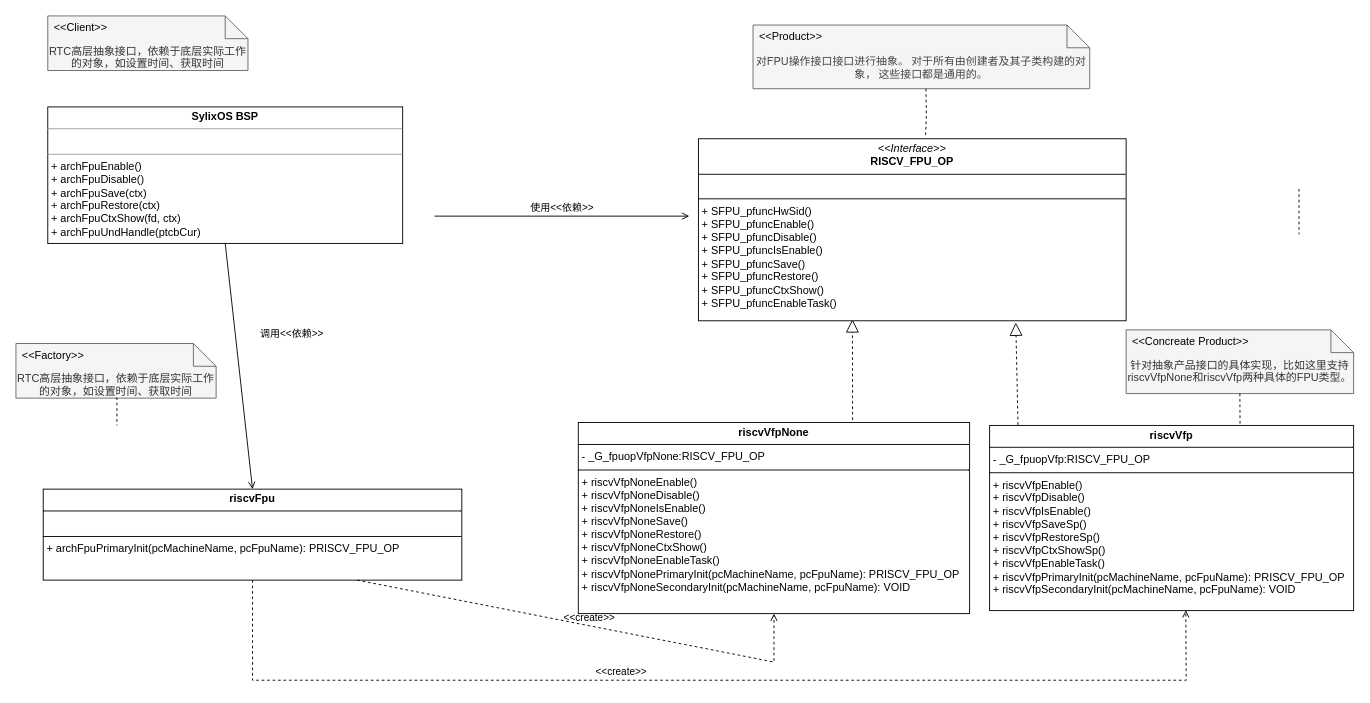
Earlier version of the draw.io diagram page "SylixOS设计模式-简单工厂" (4 of 4) of draw/SylixOS内核艺术.drawio (peng-fan/drawio). Source tidied: cells renumbered, new cells numbered last; positions are measured from the earlier drawing's top-left corner, leaving out a move shared by most shapes. Both pictures are drawn from the tidied source at 91%, with x=0, y=0 at pixel (15, 15).
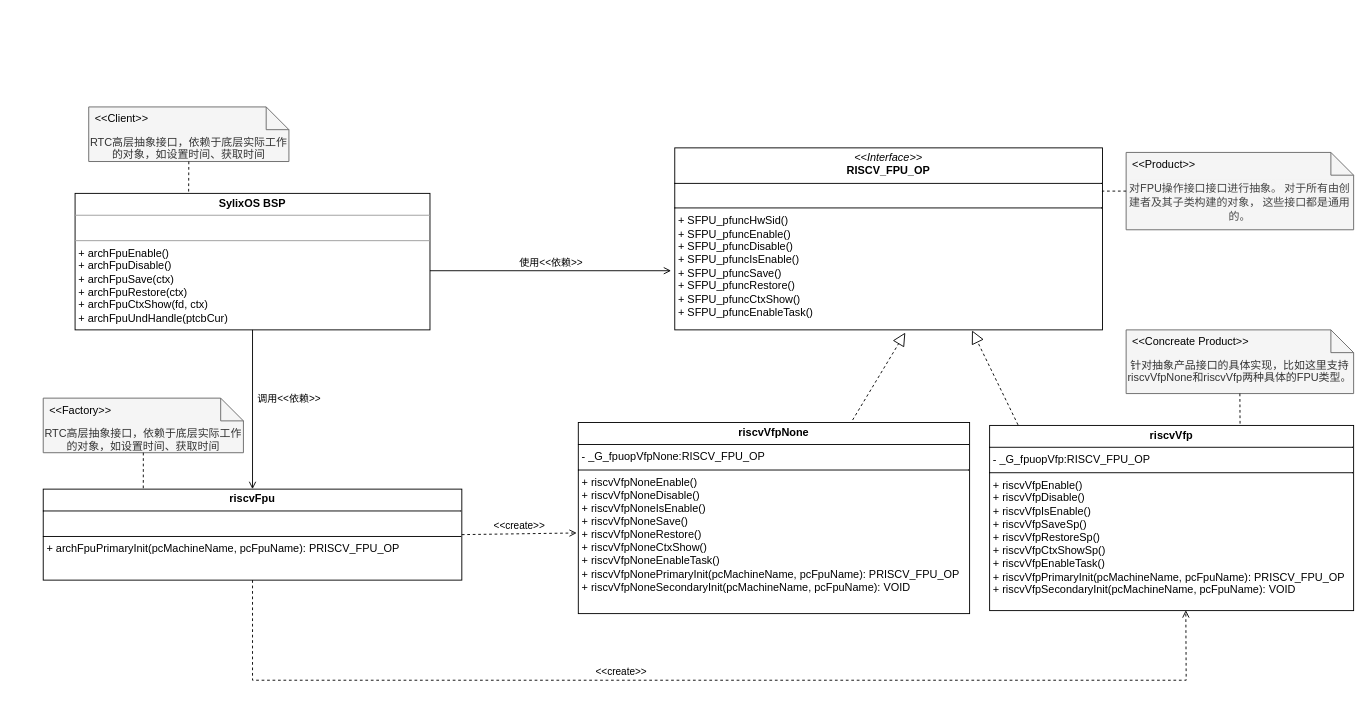
The same diagram, later.

Commit message (it also covers changes not shown here):
更新SylixOS内核艺术.drawio

The change refers to these unchanged cells:
```xml
<mxCell id="2" value="&lt;p style=&quot;margin:0px;margin-top:4px;text-align:center;&quot;&gt;&lt;b&gt;riscvVfpNone&lt;/b&gt;&lt;/p&gt;&lt;hr size=&quot;1&quot; style=&quot;border-style:solid;&quot;&gt;&lt;p style=&quot;margin:0px;margin-left:4px;&quot;&gt;- _G_fpuopVfpNone:RISCV_FPU_OP&lt;/p&gt;&lt;hr size=&quot;1&quot; style=&quot;border-style:solid;&quot;&gt;&lt;p style=&quot;margin: 0px 0px 0px 4px;&quot;&gt;&lt;span style=&quot;text-wrap-mode: nowrap;&quot;&gt;+ riscvVfpNoneEnable()&lt;/span&gt;&lt;/p&gt;&lt;p style=&quot;margin: 0px 0px 0px 4px;&quot;&gt;&lt;span style=&quot;text-wrap-mode: nowrap;&quot;&gt;+ riscvVfpNoneDisable()&lt;/span&gt;&lt;/p&gt;&lt;p style=&quot;margin: 0px 0px 0px 4px;&quot;&gt;&lt;span style=&quot;text-wrap-mode: nowrap;&quot;&gt;+ riscvVfpNoneIsEnable()&lt;/span&gt;&lt;/p&gt;&lt;p style=&quot;margin: 0px 0px 0px 4px;&quot;&gt;&lt;span style=&quot;text-wrap-mode: nowrap;&quot;&gt;+ riscvVfpNoneSave()&lt;/span&gt;&lt;/p&gt;&lt;p style=&quot;margin: 0px 0px 0px 4px;&quot;&gt;&lt;span style=&quot;text-wrap-mode: nowrap;&quot;&gt;+ riscvVfpNoneRestore()&lt;/span&gt;&lt;/p&gt;&lt;p style=&quot;margin: 0px 0px 0px 4px;&quot;&gt;&lt;span style=&quot;text-wrap-mode: nowrap;&quot;&gt;+ riscvVfpNoneCtxShow()&lt;/span&gt;&lt;/p&gt;&lt;p style=&quot;margin: 0px 0px 0px 4px;&quot;&gt;&lt;span style=&quot;text-wrap-mode: nowrap;&quot;&gt;+ riscvVfpNoneEnableTask()&lt;/span&gt;&lt;/p&gt;&lt;p style=&quot;margin: 0px 0px 0px 4px;&quot;&gt;+ riscvVfp&lt;span style=&quot;text-wrap-mode: nowrap; background-color: transparent; color: light-dark(rgb(0, 0, 0), rgb(255, 255, 255));&quot;&gt;None&lt;/span&gt;&lt;span style=&quot;background-color: transparent; color: light-dark(rgb(0, 0, 0), rgb(255, 255, 255));&quot;&gt;PrimaryInit(pcMachineName, pcFpuName):&amp;nbsp;PRISCV_FPU_OP&lt;/span&gt;&lt;/p&gt;&lt;p style=&quot;margin: 0px 0px 0px 4px;&quot;&gt;+ riscvVfp&lt;span style=&quot;text-wrap-mode: nowrap; background-color: transparent; color: light-dark(rgb(0, 0, 0), rgb(255, 255, 255));&quot;&gt;None&lt;/span&gt;&lt;span style=&quot;background-color: transparent; color: light-dark(rgb(0, 0, 0), rgb(255, 255, 255));&quot;&gt;SecondaryInit(pcMachineName, pcFpuName):&amp;nbsp;VOID&lt;/span&gt;&lt;/p&gt;" style="verticalAlign=top;align=left;overflow=fill;html=1;whiteSpace=wrap;" parent="1" vertex="1">
  <mxGeometry x="618" y="446.8" width="430" height="210" as="geometry" />
</mxCell>
<mxCell id="5" value="&lt;p style=&quot;margin:0px;margin-top:4px;text-align:center;&quot;&gt;&lt;b&gt;riscvFpu&lt;/b&gt;&lt;/p&gt;&lt;hr size=&quot;1&quot; style=&quot;border-style:solid;&quot;&gt;&lt;p style=&quot;margin:0px;margin-left:4px;&quot;&gt;&lt;br&gt;&lt;/p&gt;&lt;hr size=&quot;1&quot; style=&quot;border-style:solid;&quot;&gt;&lt;p style=&quot;margin: 0px 0px 0px 4px;&quot;&gt;+ archFpuPrimaryInit(pcMachineName, pcFpuName):&amp;nbsp;PRISCV_FPU_OP&lt;/p&gt;" style="verticalAlign=top;align=left;overflow=fill;html=1;whiteSpace=wrap;" parent="1" vertex="1">
  <mxGeometry x="30" y="520" width="460" height="100" as="geometry" />
</mxCell>
<mxCell id="7" value="&lt;p style=&quot;margin:0px;margin-top:4px;text-align:center;&quot;&gt;&lt;b&gt;riscvVfp&lt;/b&gt;&lt;/p&gt;&lt;hr size=&quot;1&quot; style=&quot;border-style:solid;&quot;&gt;&lt;p style=&quot;margin:0px;margin-left:4px;&quot;&gt;- _G_fpuopVfp:RISCV_FPU_OP&lt;/p&gt;&lt;hr size=&quot;1&quot; style=&quot;border-style:solid;&quot;&gt;&lt;p style=&quot;margin: 0px 0px 0px 4px;&quot;&gt;&lt;span style=&quot;text-wrap-mode: nowrap;&quot;&gt;+ riscvVfpEnable()&lt;/span&gt;&lt;/p&gt;&lt;p style=&quot;margin: 0px 0px 0px 4px;&quot;&gt;&lt;span style=&quot;text-wrap-mode: nowrap;&quot;&gt;+ riscvVfpDisable()&lt;/span&gt;&lt;/p&gt;&lt;p style=&quot;margin: 0px 0px 0px 4px;&quot;&gt;&lt;span style=&quot;text-wrap-mode: nowrap;&quot;&gt;+ riscvVfpIsEnable()&lt;/span&gt;&lt;/p&gt;&lt;p style=&quot;margin: 0px 0px 0px 4px;&quot;&gt;&lt;span style=&quot;text-wrap-mode: nowrap;&quot;&gt;+ riscvVfpSaveSp()&lt;/span&gt;&lt;/p&gt;&lt;p style=&quot;margin: 0px 0px 0px 4px;&quot;&gt;&lt;span style=&quot;text-wrap-mode: nowrap;&quot;&gt;+ riscvVfpRestoreSp()&lt;/span&gt;&lt;/p&gt;&lt;p style=&quot;margin: 0px 0px 0px 4px;&quot;&gt;&lt;span style=&quot;text-wrap-mode: nowrap;&quot;&gt;+ riscvVfpCtxShowSp()&lt;/span&gt;&lt;/p&gt;&lt;p style=&quot;margin: 0px 0px 0px 4px;&quot;&gt;&lt;span style=&quot;text-wrap-mode: nowrap;&quot;&gt;+ riscvVfpEnableTask()&lt;/span&gt;&lt;/p&gt;&lt;p style=&quot;margin: 0px 0px 0px 4px;&quot;&gt;+ riscvVfpPrimaryInit(pcMachineName, pcFpuName):&amp;nbsp;PRISCV_FPU_OP&lt;span style=&quot;text-wrap-mode: nowrap;&quot;&gt;&lt;/span&gt;&lt;/p&gt;&lt;p style=&quot;margin: 0px 0px 0px 4px;&quot;&gt;+ riscvVfpSecondaryInit(pcMachineName, pcFpuName):&amp;nbsp;VOID&lt;/p&gt;" style="verticalAlign=top;align=left;overflow=fill;html=1;whiteSpace=wrap;" parent="1" vertex="1">
  <mxGeometry x="1070" y="450" width="400" height="203.5" as="geometry" />
</mxCell>
```

The edit, as a diff of the source:
```diff
@@
-    <mxCell id="3" style="endArrow=block;dashed=1;endFill=0;endSize=12;html=1;rounded=0;entryX=0.742;entryY=1.01;entryDx=0;entryDy=0;entryPerimeter=0;exitX=0.078;exitY=-0.003;exitDx=0;exitDy=0;exitPerimeter=0;" parent="1" edge="1" source="7" target="8">
+    <mxCell id="3" style="endArrow=block;dashed=1;endFill=0;endSize=12;html=1;rounded=0;entryX=0.695;entryY=1.003;entryDx=0;entryDy=0;entryPerimeter=0;exitX=0.078;exitY=-0.003;exitDx=0;exitDy=0;exitPerimeter=0;" parent="1" edge="1" source="7" target="8">
       <mxGeometry relative="1" as="geometry" />
     </mxCell>
     <mxCell id="4" value="&lt;p style=&quot;margin:0px;margin-top:4px;text-align:center;&quot;&gt;&lt;span style=&quot;font-weight: 700; text-wrap-mode: wrap;&quot;&gt;SylixOS BSP&lt;/span&gt;&lt;/p&gt;&lt;hr size=&quot;1&quot;&gt;&lt;p style=&quot;margin:0px;margin-left:4px;&quot;&gt;&lt;br&gt;&lt;/p&gt;&lt;hr size=&quot;1&quot;&gt;&lt;p style=&quot;margin:0px;margin-left:4px;&quot;&gt;&lt;span style=&quot;text-wrap-mode: wrap;&quot;&gt;+ archFpuEnable()&lt;/span&gt;&lt;/p&gt;&lt;p style=&quot;margin:0px;margin-left:4px;&quot;&gt;&lt;span style=&quot;text-wrap-mode: wrap;&quot;&gt;+ archFpuDisable()&lt;/span&gt;&lt;/p&gt;&lt;p style=&quot;margin:0px;margin-left:4px;&quot;&gt;&lt;span style=&quot;text-wrap-mode: wrap;&quot;&gt;+ archFpuSave(ctx)&lt;/span&gt;&lt;/p&gt;&lt;p style=&quot;margin:0px;margin-left:4px;&quot;&gt;&lt;span style=&quot;text-wrap-mode: wrap;&quot;&gt;+ archFpuRestore(ctx)&lt;/span&gt;&lt;/p&gt;&lt;p style=&quot;margin:0px;margin-left:4px;&quot;&gt;&lt;span style=&quot;text-wrap-mode: wrap;&quot;&gt;+ archFpuCtxShow(fd, ctx)&lt;/span&gt;&lt;/p&gt;&lt;p style=&quot;margin:0px;margin-left:4px;&quot;&gt;&lt;span style=&quot;text-wrap-mode: wrap;&quot;&gt;+ archFpuUndHandle(ptcbCur)&lt;/span&gt;&lt;/p&gt;" style="verticalAlign=top;align=left;overflow=fill;fontSize=12;fontFamily=Helvetica;html=1;rounded=0;shadow=0;comic=0;labelBackgroundColor=none;strokeWidth=1;" parent="1" vertex="1">
-      <mxGeometry x="35" y="100" width="390" height="150" as="geometry" />
+      <mxGeometry x="65" y="195" width="390" height="150" as="geometry" />
     </mxCell>
@@
-    <mxCell id="6" style="endArrow=block;dashed=1;endFill=0;endSize=12;html=1;rounded=0;entryX=0.36;entryY=0.992;entryDx=0;entryDy=0;entryPerimeter=0;exitX=0.701;exitY=-0.013;exitDx=0;exitDy=0;exitPerimeter=0;" parent="1" edge="1" source="2" target="8">
+    <mxCell id="6" style="endArrow=block;dashed=1;endFill=0;endSize=12;html=1;rounded=0;entryX=0.539;entryY=1.015;entryDx=0;entryDy=0;entryPerimeter=0;exitX=0.701;exitY=-0.013;exitDx=0;exitDy=0;exitPerimeter=0;" parent="1" edge="1" source="2" target="8">
       <mxGeometry relative="1" as="geometry" />
     </mxCell>
@@
     <mxCell id="8" value="&lt;p style=&quot;margin:0px;margin-top:4px;text-align:center;&quot;&gt;&lt;i&gt;&amp;lt;&amp;lt;Interface&amp;gt;&amp;gt;&lt;/i&gt;&lt;br&gt;&lt;b&gt;RISCV_FPU_OP&lt;/b&gt;&lt;/p&gt;&lt;hr size=&quot;1&quot; style=&quot;border-style:solid;&quot;&gt;&lt;p style=&quot;margin:0px;margin-left:4px;&quot;&gt;&lt;br&gt;&lt;/p&gt;&lt;hr size=&quot;1&quot; style=&quot;border-style:solid;&quot;&gt;&lt;p style=&quot;margin:0px;margin-left:4px;&quot;&gt;+ SFPU_pfuncHwSid()&lt;br&gt;+ SFPU_pfuncEnable()&lt;/p&gt;&lt;p style=&quot;margin:0px;margin-left:4px;&quot;&gt;+ SFPU_pfuncDisable()&lt;br&gt;+ SFPU_pfuncIsEnable()&lt;/p&gt;&lt;p style=&quot;margin:0px;margin-left:4px;&quot;&gt;+ SFPU_pfuncSave()&lt;br&gt;+ SFPU_pfuncRestore()&lt;/p&gt;&lt;p style=&quot;margin:0px;margin-left:4px;&quot;&gt;+ SFPU_pfuncCtxShow()&lt;br&gt;+ SFPU_pfuncEnableTask()&lt;/p&gt;" style="verticalAlign=top;align=left;overflow=fill;html=1;whiteSpace=wrap;" parent="1" vertex="1">
-      <mxGeometry x="750" y="135" width="470" height="200" as="geometry" />
+      <mxGeometry x="724" y="145" width="470" height="200" as="geometry" />
     </mxCell>
-    <mxCell id="9" value="&amp;lt;&amp;lt;create&amp;gt;&amp;gt;" style="html=1;verticalAlign=bottom;labelBackgroundColor=none;endArrow=open;endFill=0;dashed=1;rounded=0;entryX=0.5;entryY=1;entryDx=0;entryDy=0;exitX=0.75;exitY=1;exitDx=0;exitDy=0;" parent="1" edge="1" source="5" target="2">
-      <mxGeometry relative="1" as="geometry">
-        <Array as="points">
-          <mxPoint x="833" y="710" />
-        </Array>
-      </mxGeometry>
+    <mxCell id="9" value="&amp;lt;&amp;lt;create&amp;gt;&amp;gt;" style="html=1;verticalAlign=bottom;labelBackgroundColor=none;endArrow=open;endFill=0;dashed=1;rounded=0;exitX=1;exitY=0.5;exitDx=0;exitDy=0;entryX=-0.004;entryY=0.578;entryDx=0;entryDy=0;entryPerimeter=0;" parent="1" edge="1" source="5" target="2">
+      <mxGeometry relative="1" as="geometry" />
     </mxCell>
@@
     <mxCell id="11" value="使用&amp;lt;&amp;lt;依赖&amp;gt;&amp;gt;" style="html=1;verticalAlign=bottom;labelBackgroundColor=none;endArrow=open;endFill=0;rounded=0;" parent="1" edge="1">
       <mxGeometry relative="1" as="geometry">
-        <mxPoint x="460" y="220" as="sourcePoint" />
-        <mxPoint x="740" y="220" as="targetPoint" />
+        <mxPoint x="455" y="280" as="sourcePoint" />
+        <mxPoint x="720" y="280" as="targetPoint" />
       </mxGeometry>
     </mxCell>
     <mxCell id="12" value="调用&amp;lt;&amp;lt;依赖&amp;gt;&amp;gt;" style="html=1;verticalAlign=bottom;labelBackgroundColor=none;endArrow=open;endFill=0;rounded=0;entryX=0.5;entryY=0;entryDx=0;entryDy=0;exitX=0.5;exitY=1;exitDx=0;exitDy=0;" parent="1" edge="1" source="4" target="5">
-      <mxGeometry x="-0.16" y="61" relative="1" as="geometry">
-        <mxPoint y="1" as="offset" />
-      </mxGeometry>
+      <mxGeometry x="-0.03" y="40" relative="1" as="geometry" />
     </mxCell>
     <mxCell id="13" value="&lt;div&gt;&lt;div class=&quot;ace-line ace-line old-record-id-ExkXdVtDqofSKyxZcV6c9kCpnzc&quot;&gt;RTC高层抽象接口，依赖于底层实际工作的对象，如设置时间、获取时间&lt;/div&gt;&lt;/div&gt;&lt;span data-lark-record-data=&quot;{&amp;quot;rootId&amp;quot;:&amp;quot;XQFvd94RPoZa4Mx5yjpcOu3MnYf&amp;quot;,&amp;quot;text&amp;quot;:{&amp;quot;initialAttributedTexts&amp;quot;:{&amp;quot;text&amp;quot;:{&amp;quot;0&amp;quot;:&amp;quot;RTC子系统：作为环境(Context)类，使用这些策略&amp;quot;},&amp;quot;attribs&amp;quot;:{&amp;quot;0&amp;quot;:&amp;quot;*0+s&amp;quot;}},&amp;quot;apool&amp;quot;:{&amp;quot;numToAttrib&amp;quot;:{&amp;quot;0&amp;quot;:[&amp;quot;author&amp;quot;,&amp;quot;7164723265586348036&amp;quot;]},&amp;quot;nextNum&amp;quot;:1}},&amp;quot;type&amp;quot;:&amp;quot;text&amp;quot;,&amp;quot;referenceRecordMap&amp;quot;:{},&amp;quot;extra&amp;quot;:{&amp;quot;channel&amp;quot;:&amp;quot;saas&amp;quot;,&amp;quot;isEqualBlockSelection&amp;quot;:true,&amp;quot;pasteRandomId&amp;quot;:&amp;quot;aa6ecff8-70e5-4af4-9037-28c291040ef5&amp;quot;,&amp;quot;mention_page_title&amp;quot;:{},&amp;quot;external_mention_url&amp;quot;:{}},&amp;quot;isKeepQuoteContainer&amp;quot;:false,&amp;quot;isFromCode&amp;quot;:false,&amp;quot;selection&amp;quot;:[{&amp;quot;id&amp;quot;:26,&amp;quot;type&amp;quot;:&amp;quot;text&amp;quot;,&amp;quot;selection&amp;quot;:{&amp;quot;start&amp;quot;:0,&amp;quot;end&amp;quot;:28},&amp;quot;recordId&amp;quot;:&amp;quot;ExkXdVtDqofSKyxZcV6c9kCpnzc&amp;quot;}],&amp;quot;payloadMap&amp;quot;:{},&amp;quot;isCut&amp;quot;:false}&quot; class=&quot;lark-record-clipboard&quot;&gt;&lt;/span&gt;" style="shape=note2;boundedLbl=1;whiteSpace=wrap;html=1;size=25;verticalAlign=top;align=center;fillColor=#f5f5f5;fontColor=#333333;strokeColor=#666666;" parent="1" vertex="1">
-      <mxGeometry y="360" width="220" height="60" as="geometry" />
+      <mxGeometry x="30" y="420" width="220" height="60" as="geometry" />
     </mxCell>
@@
     <mxCell id="15" value="&lt;div&gt;&lt;div class=&quot;ace-line ace-line old-record-id-ExkXdVtDqofSKyxZcV6c9kCpnzc&quot;&gt;&lt;font style=&quot;font-size: 12px;&quot;&gt;&lt;span style=&quot;color: rgb(68, 68, 68); font-family: &amp;quot;PT Sans&amp;quot;, &amp;quot;Helvetica Neue&amp;quot;, Arial, &amp;quot;PingFang SC&amp;quot;, &amp;quot;microsoft yahei&amp;quot;, &amp;quot;hiragino sans gb&amp;quot;, sans-serif; text-align: justify; background-color: rgb(245, 245, 245);&quot;&gt;对FPU操作接口接口进行抽象&lt;/span&gt;&lt;span class=&quot;chpule2&quot; style=&quot;box-sizing: border-box; letter-spacing: -0.6em; color: rgb(68, 68, 68); font-family: &amp;quot;PT Sans&amp;quot;, &amp;quot;Helvetica Neue&amp;quot;, Arial, &amp;quot;PingFang SC&amp;quot;, &amp;quot;microsoft yahei&amp;quot;, &amp;quot;hiragino sans gb&amp;quot;, sans-serif; text-align: justify; background-color: rgb(245, 245, 245);&quot;&gt;。&lt;/span&gt;&lt;span class=&quot;chpuri2&quot; style=&quot;box-sizing: border-box; letter-spacing: 0.4rem; color: rgb(68, 68, 68); font-family: &amp;quot;PT Sans&amp;quot;, &amp;quot;Helvetica Neue&amp;quot;, Arial, &amp;quot;PingFang SC&amp;quot;, &amp;quot;microsoft yahei&amp;quot;, &amp;quot;hiragino sans gb&amp;quot;, sans-serif; text-align: justify; background-color: rgb(245, 245, 245);&quot;&gt;&amp;nbsp;&lt;/span&gt;&lt;span style=&quot;color: rgb(68, 68, 68); font-family: &amp;quot;PT Sans&amp;quot;, &amp;quot;Helvetica Neue&amp;quot;, Arial, &amp;quot;PingFang SC&amp;quot;, &amp;quot;microsoft yahei&amp;quot;, &amp;quot;hiragino sans gb&amp;quot;, sans-serif; text-align: justify; background-color: rgb(245, 245, 245);&quot;&gt;对于所有由创建者及其子类构建的对象&lt;/span&gt;&lt;span class=&quot;chpule2&quot; style=&quot;box-sizing: border-box; letter-spacing: -0.6em; color: rgb(68, 68, 68); font-family: &amp;quot;PT Sans&amp;quot;, &amp;quot;Helvetica Neue&amp;quot;, Arial, &amp;quot;PingFang SC&amp;quot;, &amp;quot;microsoft yahei&amp;quot;, &amp;quot;hiragino sans gb&amp;quot;, sans-serif; text-align: justify; background-color: rgb(245, 245, 245);&quot;&gt;，&lt;/span&gt;&lt;span class=&quot;chpuri2&quot; style=&quot;box-sizing: border-box; letter-spacing: 0.4rem; color: rgb(68, 68, 68); font-family: &amp;quot;PT Sans&amp;quot;, &amp;quot;Helvetica Neue&amp;quot;, Arial, &amp;quot;PingFang SC&amp;quot;, &amp;quot;microsoft yahei&amp;quot;, &amp;quot;hiragino sans gb&amp;quot;, sans-serif; text-align: justify; background-color: rgb(245, 245, 245);&quot;&gt;&amp;nbsp;&lt;/span&gt;&lt;span style=&quot;color: rgb(68, 68, 68); font-family: &amp;quot;PT Sans&amp;quot;, &amp;quot;Helvetica Neue&amp;quot;, Arial, &amp;quot;PingFang SC&amp;quot;, &amp;quot;microsoft yahei&amp;quot;, &amp;quot;hiragino sans gb&amp;quot;, sans-serif; text-align: justify; background-color: rgb(245, 245, 245);&quot;&gt;这些接口都是通用的。&lt;/span&gt;&lt;/font&gt;&lt;/div&gt;&lt;/div&gt;&lt;span data-lark-record-data=&quot;{&amp;quot;rootId&amp;quot;:&amp;quot;XQFvd94RPoZa4Mx5yjpcOu3MnYf&amp;quot;,&amp;quot;text&amp;quot;:{&amp;quot;initialAttributedTexts&amp;quot;:{&amp;quot;text&amp;quot;:{&amp;quot;0&amp;quot;:&amp;quot;RTC子系统：作为环境(Context)类，使用这些策略&amp;quot;},&amp;quot;attribs&amp;quot;:{&amp;quot;0&amp;quot;:&amp;quot;*0+s&amp;quot;}},&amp;quot;apool&amp;quot;:{&amp;quot;numToAttrib&amp;quot;:{&amp;quot;0&amp;quot;:[&amp;quot;author&amp;quot;,&amp;quot;7164723265586348036&amp;quot;]},&amp;quot;nextNum&amp;quot;:1}},&amp;quot;type&amp;quot;:&amp;quot;text&amp;quot;,&amp;quot;referenceRecordMap&amp;quot;:{},&amp;quot;extra&amp;quot;:{&amp;quot;channel&amp;quot;:&amp;quot;saas&amp;quot;,&amp;quot;isEqualBlockSelection&amp;quot;:true,&amp;quot;pasteRandomId&amp;quot;:&amp;quot;aa6ecff8-70e5-4af4-9037-28c291040ef5&amp;quot;,&amp;quot;mention_page_title&amp;quot;:{},&amp;quot;external_mention_url&amp;quot;:{}},&amp;quot;isKeepQuoteContainer&amp;quot;:false,&amp;quot;isFromCode&amp;quot;:false,&amp;quot;selection&amp;quot;:[{&amp;quot;id&amp;quot;:26,&amp;quot;type&amp;quot;:&amp;quot;text&amp;quot;,&amp;quot;selection&amp;quot;:{&amp;quot;start&amp;quot;:0,&amp;quot;end&amp;quot;:28},&amp;quot;recordId&amp;quot;:&amp;quot;ExkXdVtDqofSKyxZcV6c9kCpnzc&amp;quot;}],&amp;quot;payloadMap&amp;quot;:{},&amp;quot;isCut&amp;quot;:false}&quot; class=&quot;lark-record-clipboard&quot;&gt;&lt;/span&gt;" style="shape=note2;boundedLbl=1;whiteSpace=wrap;html=1;size=25;verticalAlign=top;align=center;fillColor=#f5f5f5;fontColor=#333333;strokeColor=#666666;" parent="1" vertex="1">
-      <mxGeometry x="810" y="10" width="370" height="70" as="geometry" />
+      <mxGeometry x="1220" y="150" width="250" height="85" as="geometry" />
     </mxCell>
     <mxCell id="16" value="&lt;&lt;Product&gt;&gt;" style="strokeColor=none;fillColor=none;align=left;spacingLeft=5;" parent="15" vertex="1">
-      <mxGeometry width="370" height="25" relative="1" as="geometry" />
+      <mxGeometry width="250" height="25" relative="1" as="geometry" />
     </mxCell>
@@
     <mxCell id="19" value="&lt;div&gt;&lt;div class=&quot;ace-line ace-line old-record-id-ExkXdVtDqofSKyxZcV6c9kCpnzc&quot;&gt;RTC高层抽象接口，依赖于底层实际工作的对象，如设置时间、获取时间&lt;/div&gt;&lt;/div&gt;&lt;span data-lark-record-data=&quot;{&amp;quot;rootId&amp;quot;:&amp;quot;XQFvd94RPoZa4Mx5yjpcOu3MnYf&amp;quot;,&amp;quot;text&amp;quot;:{&amp;quot;initialAttributedTexts&amp;quot;:{&amp;quot;text&amp;quot;:{&amp;quot;0&amp;quot;:&amp;quot;RTC子系统：作为环境(Context)类，使用这些策略&amp;quot;},&amp;quot;attribs&amp;quot;:{&amp;quot;0&amp;quot;:&amp;quot;*0+s&amp;quot;}},&amp;quot;apool&amp;quot;:{&amp;quot;numToAttrib&amp;quot;:{&amp;quot;0&amp;quot;:[&amp;quot;author&amp;quot;,&amp;quot;7164723265586348036&amp;quot;]},&amp;quot;nextNum&amp;quot;:1}},&amp;quot;type&amp;quot;:&amp;quot;text&amp;quot;,&amp;quot;referenceRecordMap&amp;quot;:{},&amp;quot;extra&amp;quot;:{&amp;quot;channel&amp;quot;:&amp;quot;saas&amp;quot;,&amp;quot;isEqualBlockSelection&amp;quot;:true,&amp;quot;pasteRandomId&amp;quot;:&amp;quot;aa6ecff8-70e5-4af4-9037-28c291040ef5&amp;quot;,&amp;quot;mention_page_title&amp;quot;:{},&amp;quot;external_mention_url&amp;quot;:{}},&amp;quot;isKeepQuoteContainer&amp;quot;:false,&amp;quot;isFromCode&amp;quot;:false,&amp;quot;selection&amp;quot;:[{&amp;quot;id&amp;quot;:26,&amp;quot;type&amp;quot;:&amp;quot;text&amp;quot;,&amp;quot;selection&amp;quot;:{&amp;quot;start&amp;quot;:0,&amp;quot;end&amp;quot;:28},&amp;quot;recordId&amp;quot;:&amp;quot;ExkXdVtDqofSKyxZcV6c9kCpnzc&amp;quot;}],&amp;quot;payloadMap&amp;quot;:{},&amp;quot;isCut&amp;quot;:false}&quot; class=&quot;lark-record-clipboard&quot;&gt;&lt;/span&gt;" style="shape=note2;boundedLbl=1;whiteSpace=wrap;html=1;size=25;verticalAlign=top;align=center;fillColor=#f5f5f5;fontColor=#333333;strokeColor=#666666;" parent="1" vertex="1">
-      <mxGeometry x="35" width="220" height="60" as="geometry" />
+      <mxGeometry x="80" y="100" width="220" height="60" as="geometry" />
     </mxCell>
@@
-    <mxCell id="21" style="edgeStyle=orthogonalEdgeStyle;rounded=0;orthogonalLoop=1;jettySize=auto;html=1;dashed=1;endArrow=none;endFill=0;exitX=0.5;exitY=1;exitDx=0;exitDy=0;exitPerimeter=0;" parent="1" edge="1">
-      <mxGeometry relative="1" as="geometry">
-        <mxPoint x="1410" y="190" as="sourcePoint" />
-        <mxPoint x="1410" y="240" as="targetPoint" />
-      </mxGeometry>
+    <mxCell id="21" style="edgeStyle=orthogonalEdgeStyle;rounded=0;jettySize=auto;html=1;dashed=1;endArrow=none;endFill=0;exitX=0.5;exitY=1;exitDx=0;exitDy=0;exitPerimeter=0;entryX=0.32;entryY=0.002;entryDx=0;entryDy=0;entryPerimeter=0;" parent="1" edge="1" source="19" target="4">
+      <mxGeometry relative="1" as="geometry" />
     </mxCell>
-    <mxCell id="22" style="edgeStyle=orthogonalEdgeStyle;rounded=0;jettySize=auto;html=1;dashed=1;endArrow=none;endFill=0;exitX=0.5;exitY=1;exitDx=0;exitDy=0;exitPerimeter=0;entryX=0.531;entryY=-0.01;entryDx=0;entryDy=0;entryPerimeter=0;" parent="1" edge="1" target="8">
-      <mxGeometry relative="1" as="geometry">
-        <mxPoint x="1000" y="80" as="sourcePoint" />
-      </mxGeometry>
-    </mxCell>
@@
-    <mxCell id="24" style="edgeStyle=orthogonalEdgeStyle;rounded=0;jettySize=auto;html=1;dashed=1;endArrow=none;endFill=0;exitX=0.5;exitY=1;exitDx=0;exitDy=0;exitPerimeter=0;" parent="1" edge="1" source="13">
-      <mxGeometry relative="1" as="geometry">
-        <mxPoint x="111" y="450" as="targetPoint" />
-      </mxGeometry>
+    <mxCell id="24" style="edgeStyle=orthogonalEdgeStyle;rounded=0;jettySize=auto;html=1;dashed=1;endArrow=none;endFill=0;exitX=0.5;exitY=1;exitDx=0;exitDy=0;exitPerimeter=0;entryX=0.239;entryY=0;entryDx=0;entryDy=0;entryPerimeter=0;" parent="1" edge="1" source="13" target="5">
+      <mxGeometry relative="1" as="geometry" />
     </mxCell>
+    <mxCell id="22" style="edgeStyle=orthogonalEdgeStyle;rounded=0;jettySize=auto;html=1;dashed=1;endArrow=none;endFill=0;exitX=0;exitY=0.5;exitDx=0;exitDy=0;exitPerimeter=0;entryX=1;entryY=0.25;entryDx=0;entryDy=0;" parent="1" edge="1" source="15" target="8">
+      <mxGeometry relative="1" as="geometry" />
+    </mxCell>
```
